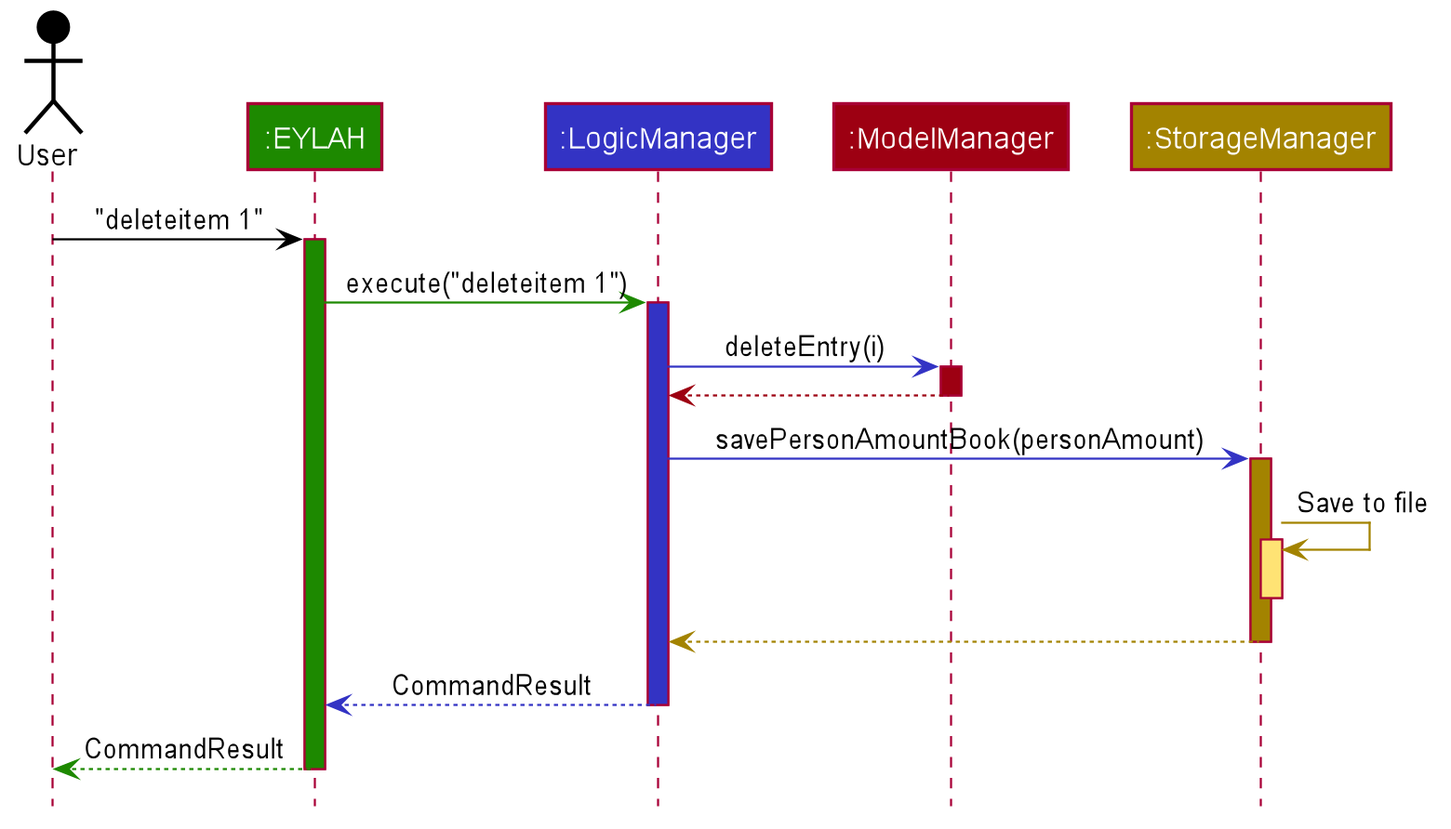
AY1920S2-CS2103T-W13-1/main keeps this PlantUML diagram as images/ExpenseSplitterDeleteItemCommandSequenceDiagram.png. Above is the earlier version. The source it was exported from:
```plantuml
@startuml








skinparam BackgroundColor #FFFFFFF

skinparam Shadowing false

skinparam Class {
    FontColor #FFFFFF
    BorderThickness 1
    BorderColor #FFFFFF
    StereotypeFontColor #FFFFFF
    FontName Arial
}

skinparam Actor {
    BorderColor #000000
    Color #000000
    FontName Arial
}

skinparam Sequence {
    MessageAlign center
    BoxFontSize 15
    BoxPadding 0
    BoxFontColor #FFFFFF
    FontName Arial
}

skinparam Participant {
    FontColor #FFFFFFF
    Padding 20
}

skinparam MinClassWidth 50
skinparam ParticipantPadding 10
skinparam Shadowing false
skinparam DefaultTextAlignment center
skinparam packageStyle Rectangle

hide footbox
hide members
hide circle

Actor User as user #000000
Participant ":EYLAH" as ui #1D8900
Participant ":LogicManager" as logic #3333C4
Participant ":ModelManager" as model #9D0012
Participant ":StorageManager" as storage #A38300

user -[#000000]> ui : "deleteitem 1"
activate ui #1D8900

ui -[#1D8900]> logic : execute("deleteitem 1")
activate logic #3333C4

logic -[#3333C4]> model : deleteEntry(i)
activate model #9D0012

model -[#9D0012]-> logic
deactivate model

logic -[#3333C4]> storage : savePersonAmountBook(personAmount)
activate storage #A38300

storage -[#A38300]> storage : Save to file
activate storage #FFE374
deactivate storage

storage --[#A38300]> logic
deactivate storage

logic --[#3333C4]> ui : CommandResult
deactivate logic

ui--[#1D8900]> user : CommandResult
deactivate ui
@enduml
```
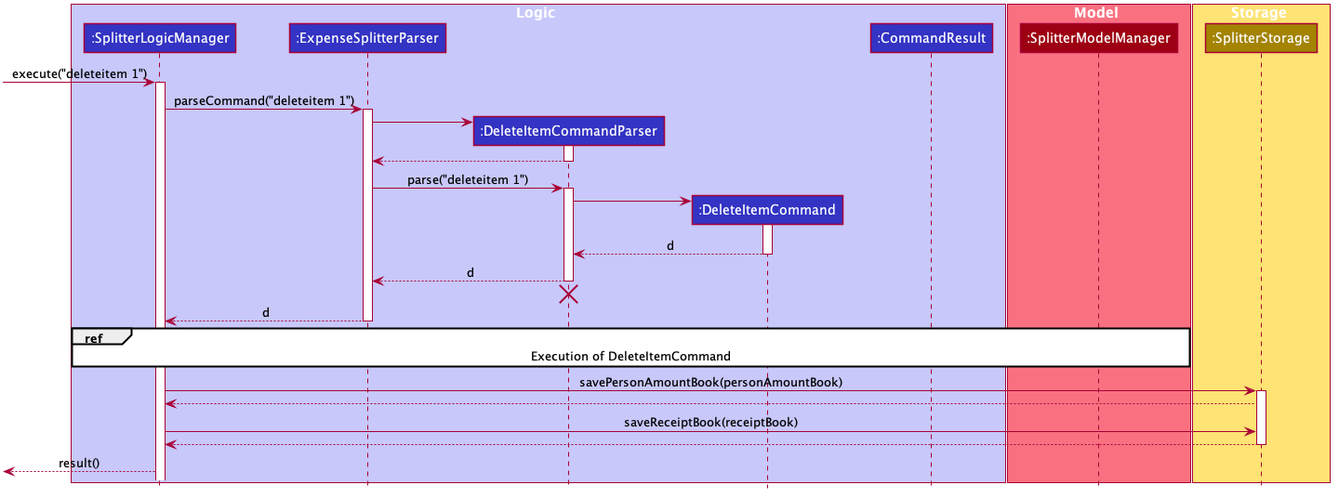
Later version of the same file.

What changed in the source:
```diff
@@ -48,37 +48,64 @@
 hide members
 hide circle
 
-Actor User as user #000000
-Participant ":EYLAH" as ui #1D8900
-Participant ":LogicManager" as logic #3333C4
-Participant ":ModelManager" as model #9D0012
-Participant ":StorageManager" as storage #A38300
+box Logic #C8C8FA
+participant ":SplitterLogicManager" as SplitterLogicManager #3333C4
+participant ":ExpenseSplitterParser" as ExpenseSplitterParser #3333C4
+participant ":DeleteItemCommandParser" as DeleteItemCommandParser #3333C4
+participant ":DeleteItemCommand" as DeleteItemCommand #3333C4
+participant ":CommandResult" as CommandResult #3333C4
+end box
 
-user -[#000000]> ui : "deleteitem 1"
-activate ui #1D8900
+box Model #F97181
+participant ":SplitterModelManager" as SplitterModelManager #9D0012
+end box
 
-ui -[#1D8900]> logic : execute("deleteitem 1")
-activate logic #3333C4
+box Storage #FFE374
+participant ":SplitterStorage" as SplitterStorageManager #A38300
+end box
 
-logic -[#3333C4]> model : deleteEntry(i)
-activate model #9D0012
+[-> SplitterLogicManager : execute("deleteitem 1")
+activate SplitterLogicManager
 
-model -[#9D0012]-> logic
-deactivate model
+SplitterLogicManager -> ExpenseSplitterParser : parseCommand("deleteitem 1")
+activate ExpenseSplitterParser
 
-logic -[#3333C4]> storage : savePersonAmountBook(personAmount)
-activate storage #A38300
+create DeleteItemCommandParser
+ExpenseSplitterParser -> DeleteItemCommandParser
+activate DeleteItemCommandParser
 
-storage -[#A38300]> storage : Save to file
-activate storage #FFE374
-deactivate storage
+DeleteItemCommandParser --> ExpenseSplitterParser
+deactivate DeleteItemCommandParser
 
-storage --[#A38300]> logic
-deactivate storage
+ExpenseSplitterParser -> DeleteItemCommandParser : parse("deleteitem 1")
+activate DeleteItemCommandParser
 
-logic --[#3333C4]> ui : CommandResult
-deactivate logic
+create DeleteItemCommand
+DeleteItemCommandParser -> DeleteItemCommand
+activate DeleteItemCommand
 
-ui--[#1D8900]> user : CommandResult
-deactivate ui
+DeleteItemCommand --> DeleteItemCommandParser : d
+deactivate DeleteItemCommand
+
+DeleteItemCommandParser --> ExpenseSplitterParser : d
+deactivate DeleteItemCommandParser
+DeleteItemCommandParser -[hidden]-> ExpenseSplitterParser
+destroy DeleteItemCommandParser
+
+ExpenseSplitterParser --> SplitterLogicManager : d
+deactivate ExpenseSplitterParser
+
+ref over SplitterLogicManager, SplitterModelManager: Execution of DeleteItemCommand
+
+SplitterLogicManager -> SplitterStorageManager : savePersonAmountBook(personAmountBook)
+activate SplitterStorageManager
+
+SplitterStorageManager --> SplitterLogicManager
+
+SplitterLogicManager -> SplitterStorageManager : saveReceiptBook(receiptBook)
+SplitterStorageManager --> SplitterLogicManager
+deactivate SplitterStorageManager
+
+[<--SplitterLogicManager : result()
+deactivate SplitterStorageManager
 @enduml
```
